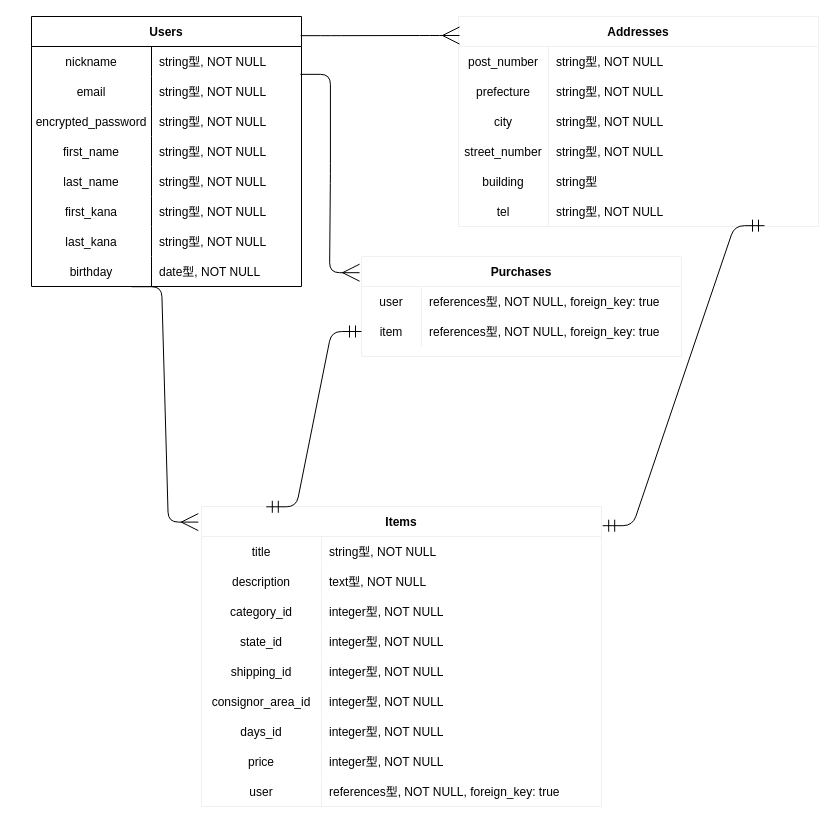
Before: database.drawio in Miyayan-k/furima-32858, a draw.io diagram. Source tidied: cells renumbered, new cells numbered last; positions are measured from the earlier drawing's top-left corner, leaving out a move shared by most shapes. Both pictures are drawn from the tidied source at 100%, with x=0, y=0 at pixel (31, 16).
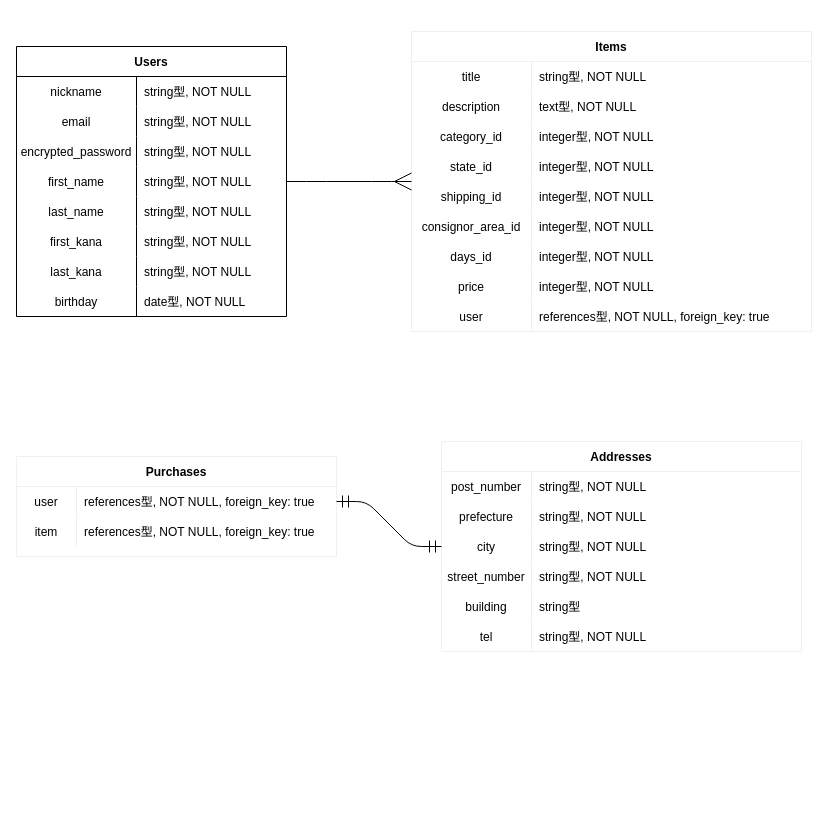
The same page after the edit.

Commit message (it also covers changes not shown here):
ER図とREADMEの修正2

The change refers to these unchanged cells:
```xml
<mxCell id="6" style="shape=partialRectangle;fillColor=none;top=0;left=0;bottom=0;right=0;points=[[0,0.5],[1,0.5]];portConstraint=eastwest;" parent="2" vertex="1">
  <mxGeometry y="60" width="270" height="30" as="geometry" />
</mxCell>
<mxCell id="12" style="shape=partialRectangle;fillColor=none;top=0;left=0;bottom=0;right=0;points=[[0,0.5],[1,0.5]];portConstraint=eastwest;" parent="2" vertex="1">
  <mxGeometry y="120" width="270" height="30" as="geometry" />
</mxCell>
<mxCell id="24" style="shape=partialRectangle;fillColor=none;top=0;left=0;bottom=0;right=0;points=[[0,0.5],[1,0.5]];portConstraint=eastwest;" parent="2" vertex="1">
  <mxGeometry y="240" width="270" height="30" as="geometry" />
</mxCell>
<mxCell id="62" style="shape=partialRectangle;fillColor=none;top=0;left=0;bottom=0;right=0;points=[[0,0.5],[1,0.5]];portConstraint=eastwest;" parent="55" vertex="1">
  <mxGeometry y="90" width="360" height="30" as="geometry" />
</mxCell>
<mxCell id="71" style="shape=partialRectangle;fillColor=none;top=0;left=0;bottom=0;right=0;points=[[0,0.5],[1,0.5]];portConstraint=eastwest;" parent="55" vertex="1">
  <mxGeometry y="180" width="360" height="30" as="geometry" />
</mxCell>
<mxCell id="78" style="shape=partialRectangle;fillColor=none;top=0;left=0;bottom=0;right=0;points=[[0,0.5],[1,0.5]];portConstraint=eastwest;" parent="77" vertex="1">
  <mxGeometry y="30" width="320" height="30" as="geometry" />
</mxCell>
<mxCell id="81" style="shape=partialRectangle;fillColor=none;top=0;left=0;bottom=0;right=0;points=[[0,0.5],[1,0.5]];portConstraint=eastwest;" parent="77" vertex="1">
  <mxGeometry y="60" width="320" height="30" as="geometry" />
</mxCell>
```

Diff of the diagram source:
```diff
@@
     <mxCell id="2" value="Users" style="shape=table;startSize=30;childLayout=tableLayout;rowLines=0;fontStyle=1;align=center;" parent="1" vertex="1">
-      <mxGeometry width="270" height="270" as="geometry" />
+      <mxGeometry x="-15" y="30" width="270" height="270" as="geometry" />
     </mxCell>
@@
     <mxCell id="27" value="Items" style="shape=table;startSize=30;childLayout=tableLayout;rowLines=0;fontStyle=1;align=center;strokeColor=#f0f0f0;" parent="1" vertex="1">
-      <mxGeometry x="170" y="490" width="400" height="300" as="geometry" />
+      <mxGeometry x="380" y="15" width="400" height="300" as="geometry" />
     </mxCell>
@@
     <mxCell id="55" value="Addresses" style="shape=table;startSize=30;childLayout=tableLayout;rowLines=0;fontStyle=1;align=center;strokeColor=#f0f0f0;" parent="1" vertex="1">
-      <mxGeometry x="427" width="360" height="210" as="geometry" />
+      <mxGeometry x="410" y="425" width="360" height="210" as="geometry" />
     </mxCell>
@@
-    <mxCell id="74" style="edgeStyle=entityRelationEdgeStyle;fontSize=12;html=1;endArrow=ERmany;entryX=-0.008;entryY=0.052;entryDx=0;entryDy=0;entryPerimeter=0;exitX=0.371;exitY=1.007;exitDx=0;exitDy=0;exitPerimeter=0;endSize=15;" parent="1" edge="1" source="24" target="27">
+    <mxCell id="74" style="edgeStyle=entityRelationEdgeStyle;fontSize=12;html=1;endArrow=ERmany;exitX=1;exitY=0.5;exitDx=0;exitDy=0;endSize=15;" parent="1" edge="1" source="12" target="27">
       <mxGeometry relative="1" as="geometry" />
     </mxCell>
-    <mxCell id="75" style="edgeStyle=entityRelationEdgeStyle;fontSize=12;html=1;endArrow=ERmany;exitX=0.997;exitY=0.071;exitDx=0;exitDy=0;exitPerimeter=0;endSize=15;" parent="1" edge="1" source="2">
-      <mxGeometry relative="1" as="geometry">
-        <mxPoint x="428" y="19" as="targetPoint" />
-      </mxGeometry>
-    </mxCell>
-    <mxCell id="76" style="edgeStyle=entityRelationEdgeStyle;fontSize=12;html=1;endArrow=ERmandOne;startArrow=ERmandOne;entryX=0.85;entryY=0.972;entryDx=0;entryDy=0;entryPerimeter=0;exitX=1.003;exitY=0.064;exitDx=0;exitDy=0;exitPerimeter=0;endSize=10;startSize=10;" parent="1" edge="1" source="27" target="71">
-      <mxGeometry relative="1" as="geometry" />
-    </mxCell>
     <mxCell id="77" value="Purchases" style="shape=table;startSize=30;childLayout=tableLayout;rowLines=0;fontStyle=1;align=center;strokeColor=#f0f0f0;" parent="1" vertex="1">
-      <mxGeometry x="330" y="240" width="320" height="100" as="geometry" />
+      <mxGeometry x="-15" y="440" width="320" height="100" as="geometry" />
     </mxCell>
@@
-    <mxCell id="84" style="edgeStyle=entityRelationEdgeStyle;fontSize=12;html=1;endArrow=ERmany;exitX=0.996;exitY=-0.072;exitDx=0;exitDy=0;exitPerimeter=0;entryX=-0.006;entryY=0.162;entryDx=0;entryDy=0;entryPerimeter=0;jumpSize=6;endSize=15;" parent="1" edge="1" source="6" target="77">
-      <mxGeometry relative="1" as="geometry" />
-    </mxCell>
-    <mxCell id="85" style="edgeStyle=entityRelationEdgeStyle;fontSize=12;html=1;endArrow=ERmandOne;startArrow=ERmandOne;exitX=0.162;exitY=0.001;exitDx=0;exitDy=0;exitPerimeter=0;entryX=0;entryY=0.5;entryDx=0;entryDy=0;endSize=10;startSize=10;" parent="1" edge="1" source="27" target="81">
+    <mxCell id="85" style="edgeStyle=entityRelationEdgeStyle;fontSize=12;html=1;endArrow=ERmandOne;startArrow=ERmandOne;exitX=1;exitY=0.5;exitDx=0;exitDy=0;endSize=10;startSize=10;" parent="1" edge="1" source="78" target="62">
       <mxGeometry relative="1" as="geometry" />
     </mxCell>
```
